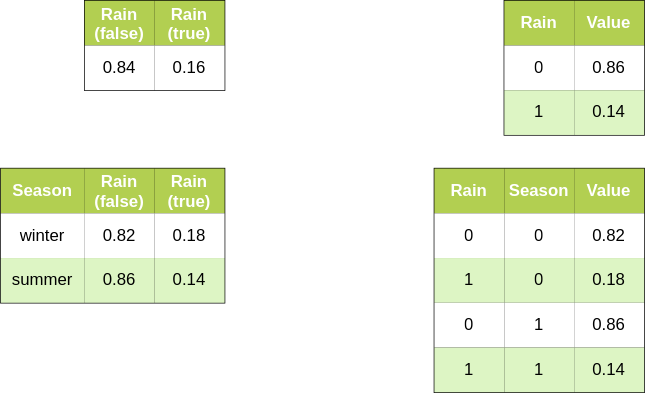
The draw.io diagram doc/cpds_and_factors.svg in fkeidel/BayesNet, before a commit. Source tidied: cells renumbered, new cells last; positions are measured from the earlier drawing's top-left corner, leaving out a move shared by most shapes.
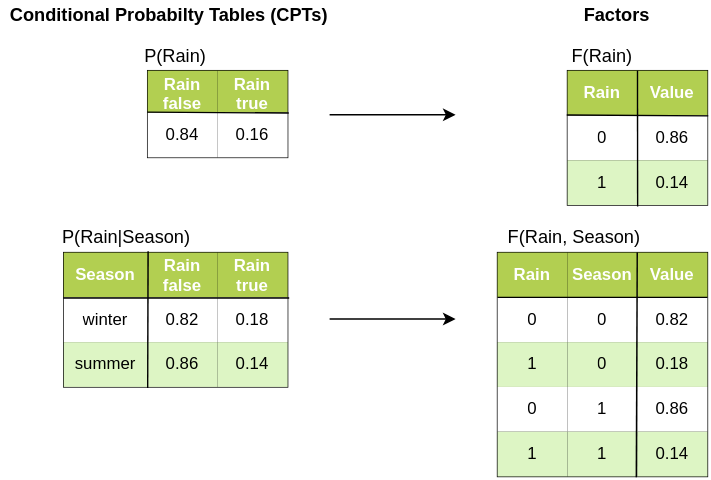
The same diagram one commit later.

The edit, as a diff of the source:
```diff
@@ -3,19 +3,19 @@
     <mxCell id="0" />
     <mxCell id="1" parent="0" />
     <mxCell id="2" style="shape=table;html=1;whiteSpace=wrap;startSize=0;rounded=0;shadow=0;glass=0;sketch=0;gradientColor=none;swimlaneFillColor=none;" parent="1" vertex="1">
-      <mxGeometry x="60" width="100" height="64" as="geometry" />
+      <mxGeometry x="60" width="100" height="62" as="geometry" />
     </mxCell>
     <mxCell id="3" style="shape=partialRectangle;html=1;whiteSpace=wrap;fillColor=none;top=0;left=0;bottom=0;right=0;fontStyle=1;" parent="2" vertex="1">
-      <mxGeometry width="100" height="32" as="geometry" />
+      <mxGeometry width="100" height="30" as="geometry" />
     </mxCell>
-    <mxCell id="4" value="Rain&lt;br&gt;(false)" style="shape=partialRectangle;html=1;whiteSpace=wrap;top=0;left=0;bottom=0;right=0;overflow=hidden;strokeColor=#36393d;fontStyle=1;fontColor=#FFFFFF;fillColor=#B2CF51;" parent="3" vertex="1">
-      <mxGeometry width="50" height="32" as="geometry" />
+    <mxCell id="4" value="Rain&lt;br&gt;false" style="shape=partialRectangle;html=1;whiteSpace=wrap;top=0;left=0;bottom=0;right=0;overflow=hidden;strokeColor=#36393d;fontStyle=1;fontColor=#FFFFFF;fillColor=#B2CF51;" parent="3" vertex="1">
+      <mxGeometry width="50" height="30" as="geometry" />
     </mxCell>
-    <mxCell id="5" value="Rain&lt;br&gt;(true)" style="shape=partialRectangle;html=1;whiteSpace=wrap;top=0;left=0;bottom=0;right=0;overflow=hidden;strokeColor=#36393d;fontStyle=1;fontColor=#FFFFFF;fillColor=#B2CF51;" parent="3" vertex="1">
-      <mxGeometry x="50" width="50" height="32" as="geometry" />
+    <mxCell id="5" value="Rain&lt;br&gt;true" style="shape=partialRectangle;html=1;whiteSpace=wrap;top=0;left=0;bottom=0;right=0;overflow=hidden;strokeColor=#36393d;fontStyle=1;fontColor=#FFFFFF;fillColor=#B2CF51;" parent="3" vertex="1">
+      <mxGeometry x="50" width="50" height="30" as="geometry" />
     </mxCell>
     <mxCell id="6" style="shape=partialRectangle;html=1;whiteSpace=wrap;fillColor=none;top=0;left=0;bottom=0;right=0;" parent="2" vertex="1">
-      <mxGeometry y="32" width="100" height="32" as="geometry" />
+      <mxGeometry y="30" width="100" height="32" as="geometry" />
     </mxCell>
     <mxCell id="7" value="0.84" style="shape=partialRectangle;html=1;whiteSpace=wrap;top=0;left=0;bottom=0;right=0;overflow=hidden;" parent="6" vertex="1">
       <mxGeometry width="50" height="32" as="geometry" />
@@ -23,6 +23,12 @@
     <mxCell id="8" value="0.16" style="shape=partialRectangle;html=1;whiteSpace=wrap;top=0;left=0;bottom=0;right=0;overflow=hidden;" parent="6" vertex="1">
       <mxGeometry x="50" width="50" height="32" as="geometry" />
     </mxCell>
+    <mxCell id="53" style="endArrow=none;html=1;strokeWidth=1;fontSize=13;exitX=-0.003;exitY=-0.011;exitDx=0;exitDy=0;exitPerimeter=0;entryX=1.008;entryY=1.009;entryDx=0;entryDy=0;entryPerimeter=0;" parent="2" edge="1">
+      <mxGeometry relative="1" as="geometry">
+        <mxPoint x="-0.3" y="29.6" as="sourcePoint" />
+        <mxPoint x="100.8" y="30.3" as="targetPoint" />
+      </mxGeometry>
+    </mxCell>
     <mxCell id="9" style="shape=table;html=1;whiteSpace=wrap;startSize=0;rounded=0;shadow=0;glass=0;sketch=0;gradientColor=none;" parent="1" vertex="1">
       <mxGeometry x="360" width="100" height="96" as="geometry" />
     </mxCell>
@@ -54,7 +60,7 @@
       <mxGeometry x="50" width="50" height="32" as="geometry" />
     </mxCell>
     <mxCell id="19" style="shape=table;html=1;whiteSpace=wrap;startSize=0;rounded=0;shadow=0;glass=0;sketch=0;gradientColor=none;swimlaneFillColor=none;" parent="1" vertex="1">
-      <mxGeometry y="120" width="160" height="96" as="geometry" />
+      <mxGeometry y="130" width="160" height="96" as="geometry" />
     </mxCell>
     <mxCell id="20" style="shape=partialRectangle;html=1;whiteSpace=wrap;fillColor=none;top=0;left=0;bottom=0;right=0;points=[[0,0.5],[1,0.5]];portConstraint=eastwest;fontStyle=1;" parent="19" vertex="1">
       <mxGeometry width="160" height="32" as="geometry" />
@@ -62,10 +68,10 @@
     <mxCell id="21" value="Season" style="shape=partialRectangle;html=1;whiteSpace=wrap;top=0;left=0;bottom=0;right=0;overflow=hidden;strokeColor=#36393d;fontStyle=1;fontColor=#FFFFFF;fillColor=#B2CF51;" parent="20" vertex="1">
       <mxGeometry width="60" height="32" as="geometry" />
     </mxCell>
-    <mxCell id="22" value="Rain&lt;br&gt;(false)" style="shape=partialRectangle;html=1;whiteSpace=wrap;top=0;left=0;bottom=0;right=0;overflow=hidden;strokeColor=#36393d;fontStyle=1;fontColor=#FFFFFF;fillColor=#B2CF51;" parent="20" vertex="1">
+    <mxCell id="22" value="Rain&lt;br&gt;false" style="shape=partialRectangle;html=1;whiteSpace=wrap;top=0;left=0;bottom=0;right=0;overflow=hidden;strokeColor=#36393d;fontStyle=1;fontColor=#FFFFFF;fillColor=#B2CF51;labelBorderColor=none;" parent="20" vertex="1">
       <mxGeometry x="60" width="50" height="32" as="geometry" />
     </mxCell>
-    <mxCell id="23" value="Rain&lt;br&gt;(true)" style="shape=partialRectangle;html=1;whiteSpace=wrap;top=0;left=0;bottom=0;right=0;overflow=hidden;strokeColor=#36393d;fontStyle=1;fontColor=#FFFFFF;fillColor=#B2CF51;" parent="20" vertex="1">
+    <mxCell id="23" value="Rain&lt;br&gt;true" style="shape=partialRectangle;html=1;whiteSpace=wrap;top=0;left=0;bottom=0;right=0;overflow=hidden;strokeColor=#36393d;fontStyle=1;fontColor=#FFFFFF;fillColor=#B2CF51;" parent="20" vertex="1">
       <mxGeometry x="110" width="50" height="32" as="geometry" />
     </mxCell>
     <mxCell id="24" style="shape=partialRectangle;html=1;whiteSpace=wrap;fillColor=none;top=0;left=0;bottom=0;right=0;points=[[0,0.5],[1,0.5]];portConstraint=eastwest;" parent="19" vertex="1">
@@ -74,7 +80,7 @@
     <mxCell id="25" value="winter" style="shape=partialRectangle;html=1;whiteSpace=wrap;top=0;left=0;bottom=0;right=0;overflow=hidden;" parent="24" vertex="1">
       <mxGeometry width="60" height="32" as="geometry" />
     </mxCell>
-    <mxCell id="26" value="0.82" style="shape=partialRectangle;html=1;whiteSpace=wrap;top=0;left=0;bottom=0;right=0;overflow=hidden;" parent="24" vertex="1">
+    <mxCell id="26" value="0.82" style="shape=partialRectangle;html=1;whiteSpace=wrap;top=0;left=0;bottom=0;right=0;overflow=hidden;labelBorderColor=none;" parent="24" vertex="1">
       <mxGeometry x="60" width="50" height="32" as="geometry" />
     </mxCell>
     <mxCell id="27" value="0.18" style="shape=partialRectangle;html=1;whiteSpace=wrap;top=0;left=0;bottom=0;right=0;overflow=hidden;" parent="24" vertex="1">
@@ -86,14 +92,22 @@
     <mxCell id="29" value="summer" style="shape=partialRectangle;html=1;whiteSpace=wrap;top=0;left=0;bottom=0;right=0;overflow=hidden;strokeColor=#36393d;fillColor=#DDF5C4;" parent="28" vertex="1">
       <mxGeometry width="60" height="32" as="geometry" />
     </mxCell>
-    <mxCell id="30" value="0.86" style="shape=partialRectangle;html=1;whiteSpace=wrap;top=0;left=0;bottom=0;right=0;overflow=hidden;strokeColor=#36393d;fillColor=#DDF5C4;" parent="28" vertex="1">
+    <mxCell id="30" value="0.86" style="shape=partialRectangle;html=1;whiteSpace=wrap;top=0;left=0;bottom=0;right=0;overflow=hidden;strokeColor=#36393d;fillColor=#DDF5C4;labelBorderColor=none;" parent="28" vertex="1">
       <mxGeometry x="60" width="50" height="32" as="geometry" />
     </mxCell>
     <mxCell id="31" value="0.14" style="shape=partialRectangle;html=1;whiteSpace=wrap;top=0;left=0;bottom=0;right=0;overflow=hidden;strokeColor=#36393d;fillColor=#DDF5C4;" parent="28" vertex="1">
       <mxGeometry x="110" width="50" height="32" as="geometry" />
     </mxCell>
+    <mxCell id="54" style="endArrow=none;html=1;fontSize=13;entryX=0.377;entryY=-0.031;entryDx=0;entryDy=0;entryPerimeter=0;exitX=0.375;exitY=1.023;exitDx=0;exitDy=0;exitPerimeter=0;strokeWidth=1;" parent="19" edge="1" source="28" target="20">
+      <mxGeometry relative="1" as="geometry" />
+    </mxCell>
+    <mxCell id="55" style="endArrow=none;html=1;strokeWidth=1;fontSize=13;exitX=-0.002;exitY=1.046;exitDx=0;exitDy=0;exitPerimeter=0;entryX=1.007;entryY=0.014;entryDx=0;entryDy=0;entryPerimeter=0;" parent="19" edge="1" target="24">
+      <mxGeometry relative="1" as="geometry">
+        <mxPoint x="-0.3" y="32.5" as="sourcePoint" />
+      </mxGeometry>
+    </mxCell>
     <mxCell id="32" style="shape=table;html=1;whiteSpace=wrap;startSize=0;rounded=0;shadow=0;glass=0;sketch=0;gradientColor=none;swimlaneFillColor=none;" parent="1" vertex="1">
-      <mxGeometry x="310" y="120" width="150" height="160" as="geometry" />
+      <mxGeometry x="310" y="130" width="150" height="160" as="geometry" />
     </mxCell>
     <mxCell id="33" style="shape=partialRectangle;html=1;whiteSpace=wrap;fillColor=none;top=0;left=0;bottom=0;right=0;fontStyle=1;" parent="32" vertex="1">
       <mxGeometry width="150" height="32" as="geometry" />
@@ -155,5 +169,58 @@
     <mxCell id="52" value="0.14" style="shape=partialRectangle;html=1;whiteSpace=wrap;top=0;left=0;bottom=0;right=0;overflow=hidden;strokeColor=#36393d;fillColor=#DDF5C4;" parent="49" vertex="1">
       <mxGeometry x="100" width="50" height="32" as="geometry" />
     </mxCell>
+    <mxCell id="56" value="&lt;b&gt;&lt;font style=&quot;font-size: 13px&quot;&gt;Conditional Probabilty Tables (CPTs)&lt;/font&gt;&lt;/b&gt;" style="text;html=1;align=center;verticalAlign=middle;" parent="1" vertex="1">
+      <mxGeometry x="-45" y="-50" width="240" height="20" as="geometry" />
+    </mxCell>
+    <mxCell id="57" value="Factors" style="text;html=1;align=center;verticalAlign=middle;fontStyle=1;fontSize=13;" parent="1" vertex="1">
+      <mxGeometry x="365" y="-50" width="60" height="20" as="geometry" />
+    </mxCell>
+    <mxCell id="58" style="endArrow=classic;html=1;" parent="1" edge="1">
+      <mxGeometry relative="1" as="geometry">
+        <mxPoint x="190" y="31.5" as="sourcePoint" />
+        <mxPoint x="280" y="31.5" as="targetPoint" />
+      </mxGeometry>
+    </mxCell>
+    <mxCell id="59" style="endArrow=classic;html=1;" parent="1" edge="1">
+      <mxGeometry relative="1" as="geometry">
+        <mxPoint x="190" y="177.5" as="sourcePoint" />
+        <mxPoint x="280" y="177.5" as="targetPoint" />
+      </mxGeometry>
+    </mxCell>
+    <mxCell id="60" value="P(Rain)" style="text;html=1;strokeColor=none;fillColor=none;align=center;verticalAlign=middle;whiteSpace=wrap;rounded=0;fontSize=13;" parent="1" vertex="1">
+      <mxGeometry x="60" y="-21" width="40" height="20" as="geometry" />
+    </mxCell>
+    <mxCell id="61" value="P(Rain|Season)" style="text;html=1;strokeColor=none;fillColor=none;align=center;verticalAlign=middle;whiteSpace=wrap;rounded=0;fontSize=13;" parent="1" vertex="1">
+      <mxGeometry y="109" width="90" height="20" as="geometry" />
+    </mxCell>
+    <mxCell id="62" value="F(Rain)" style="text;html=1;strokeColor=none;fillColor=none;align=center;verticalAlign=middle;whiteSpace=wrap;rounded=0;fontSize=13;" parent="1" vertex="1">
+      <mxGeometry x="365" y="-21" width="40" height="20" as="geometry" />
+    </mxCell>
+    <mxCell id="63" value="F(Rain, Season)" style="text;html=1;strokeColor=none;fillColor=none;align=center;verticalAlign=middle;whiteSpace=wrap;rounded=0;fontSize=13;" parent="1" vertex="1">
+      <mxGeometry x="310" y="109" width="110" height="20" as="geometry" />
+    </mxCell>
+    <mxCell id="64" style="endArrow=none;html=1;fontSize=13;entryX=0.377;entryY=-0.031;entryDx=0;entryDy=0;entryPerimeter=0;exitX=0.661;exitY=1.019;exitDx=0;exitDy=0;exitPerimeter=0;strokeWidth=1;" parent="1" edge="1" source="49">
+      <mxGeometry relative="1" as="geometry">
+        <mxPoint x="409.8" y="130" as="targetPoint" />
+      </mxGeometry>
+    </mxCell>
+    <mxCell id="65" style="endArrow=none;html=1;fontSize=13;exitX=0.491;exitY=1.036;exitDx=0;exitDy=0;exitPerimeter=0;strokeWidth=1;" parent="1" edge="1">
+      <mxGeometry relative="1" as="geometry">
+        <mxPoint x="410.1" y="97.2" as="sourcePoint" />
+        <mxPoint x="410" as="targetPoint" />
+      </mxGeometry>
+    </mxCell>
+    <mxCell id="66" style="endArrow=none;html=1;strokeWidth=1;fontSize=13;exitX=-0.003;exitY=-0.011;exitDx=0;exitDy=0;exitPerimeter=0;entryX=1.008;entryY=1.009;entryDx=0;entryDy=0;entryPerimeter=0;" parent="1" edge="1">
+      <mxGeometry relative="1" as="geometry">
+        <mxPoint x="359.4" y="31.7" as="sourcePoint" />
+        <mxPoint x="460.6" y="32.3" as="targetPoint" />
+      </mxGeometry>
+    </mxCell>
+    <mxCell id="67" style="endArrow=none;html=1;strokeWidth=1;fontSize=13;exitX=-0.002;exitY=1.046;exitDx=0;exitDy=0;exitPerimeter=0;" parent="1" edge="1">
+      <mxGeometry relative="1" as="geometry">
+        <mxPoint x="310" y="162" as="sourcePoint" />
+        <mxPoint x="460" y="162" as="targetPoint" />
+      </mxGeometry>
+    </mxCell>
   </root>
 </mxGraphModel>
```
